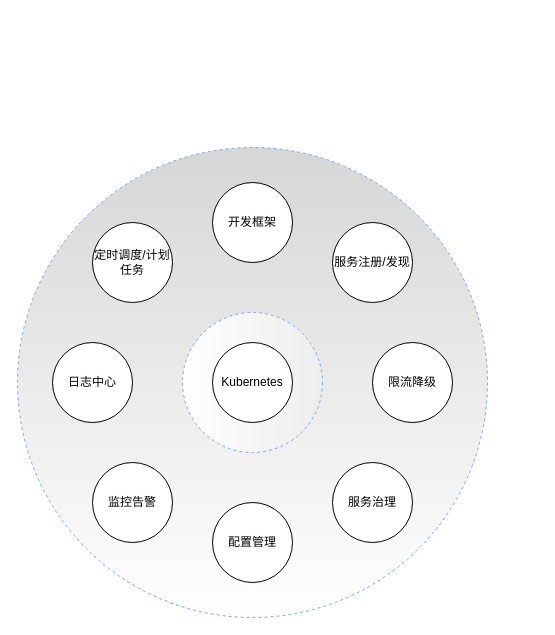
Earlier version of the draw.io diagram page "MicroService" (3 of 4) of devops/game-stock.drawio (xiagw/drawio-devops). Source tidied: cells renumbered, new cells numbered last; positions are measured from the earlier drawing's top-left corner, leaving out a move shared by most shapes. Both pictures are drawn from the tidied source at 100%, with x=0, y=0 at pixel (17, 147).
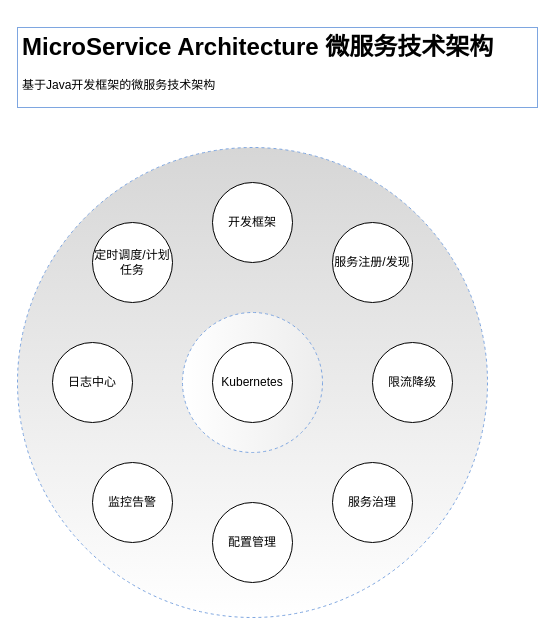
Above is the later version.

What changed in the source:
```diff
@@
 <mxGraphModel>
   <root>
     <mxCell id="0" />
     <mxCell id="1" parent="0" />
     <mxCell id="2" style="ellipse;whiteSpace=wrap;html=1;dashed=1;strokeColor=#7EA6E0;fillColor=#D6D6D6;gradientColor=#ffffff;" parent="1" vertex="1">
       <mxGeometry width="470" height="470" as="geometry" />
     </mxCell>
     <mxCell id="3" style="ellipse;whiteSpace=wrap;html=1;dashed=1;strokeColor=#7EA6E0;fillColor=#EDEDED;gradientColor=#ffffff;gradientDirection=west;" parent="1" vertex="1">
       <mxGeometry x="165" y="165" width="140" height="140" as="geometry" />
     </mxCell>
     <mxCell id="4" value="Kubernetes" style="ellipse;whiteSpace=wrap;html=1;" parent="1" vertex="1">
       <mxGeometry x="195" y="195" width="80" height="80" as="geometry" />
     </mxCell>
     <mxCell id="5" value="开发框架" style="ellipse;whiteSpace=wrap;html=1;" parent="1" vertex="1">
       <mxGeometry x="195" y="35" width="80" height="80" as="geometry" />
     </mxCell>
     <mxCell id="6" value="服务注册/发现" style="ellipse;whiteSpace=wrap;html=1;" parent="1" vertex="1">
       <mxGeometry x="315" y="75" width="80" height="80" as="geometry" />
     </mxCell>
     <mxCell id="7" value="限流降级" style="ellipse;whiteSpace=wrap;html=1;" parent="1" vertex="1">
       <mxGeometry x="355" y="195" width="80" height="80" as="geometry" />
     </mxCell>
     <mxCell id="8" value="服务治理" style="ellipse;whiteSpace=wrap;html=1;" parent="1" vertex="1">
       <mxGeometry x="315" y="315" width="80" height="80" as="geometry" />
     </mxCell>
     <mxCell id="9" value="配置管理" style="ellipse;whiteSpace=wrap;html=1;" parent="1" vertex="1">
       <mxGeometry x="195" y="355" width="80" height="80" as="geometry" />
     </mxCell>
     <mxCell id="10" value="&lt;div&gt;监控告警&lt;/div&gt;" style="ellipse;whiteSpace=wrap;html=1;" parent="1" vertex="1">
       <mxGeometry x="75" y="315" width="80" height="80" as="geometry" />
     </mxCell>
     <mxCell id="11" value="日志中心" style="ellipse;whiteSpace=wrap;html=1;" parent="1" vertex="1">
       <mxGeometry x="35" y="195" width="80" height="80" as="geometry" />
     </mxCell>
     <mxCell id="12" value="&lt;div&gt;定时调度/计划任务&lt;br&gt;&lt;/div&gt;" style="ellipse;whiteSpace=wrap;html=1;" parent="1" vertex="1">
       <mxGeometry x="75" y="75" width="80" height="80" as="geometry" />
     </mxCell>
+    <mxCell id="13" value="&lt;h1&gt;MicroService Architecture 微服务技术架构&lt;br&gt;&lt;/h1&gt;&lt;p&gt;基于Java开发框架的微服务技术架构&lt;br&gt;&lt;/p&gt;" style="text;html=1;strokeColor=#7EA6E0;fillColor=none;spacing=5;spacingTop=-20;whiteSpace=wrap;overflow=hidden;rounded=0;" parent="1" vertex="1">
+      <mxGeometry y="-120" width="520" height="80" as="geometry" />
+    </mxCell>
   </root>
 </mxGraphModel>
```
